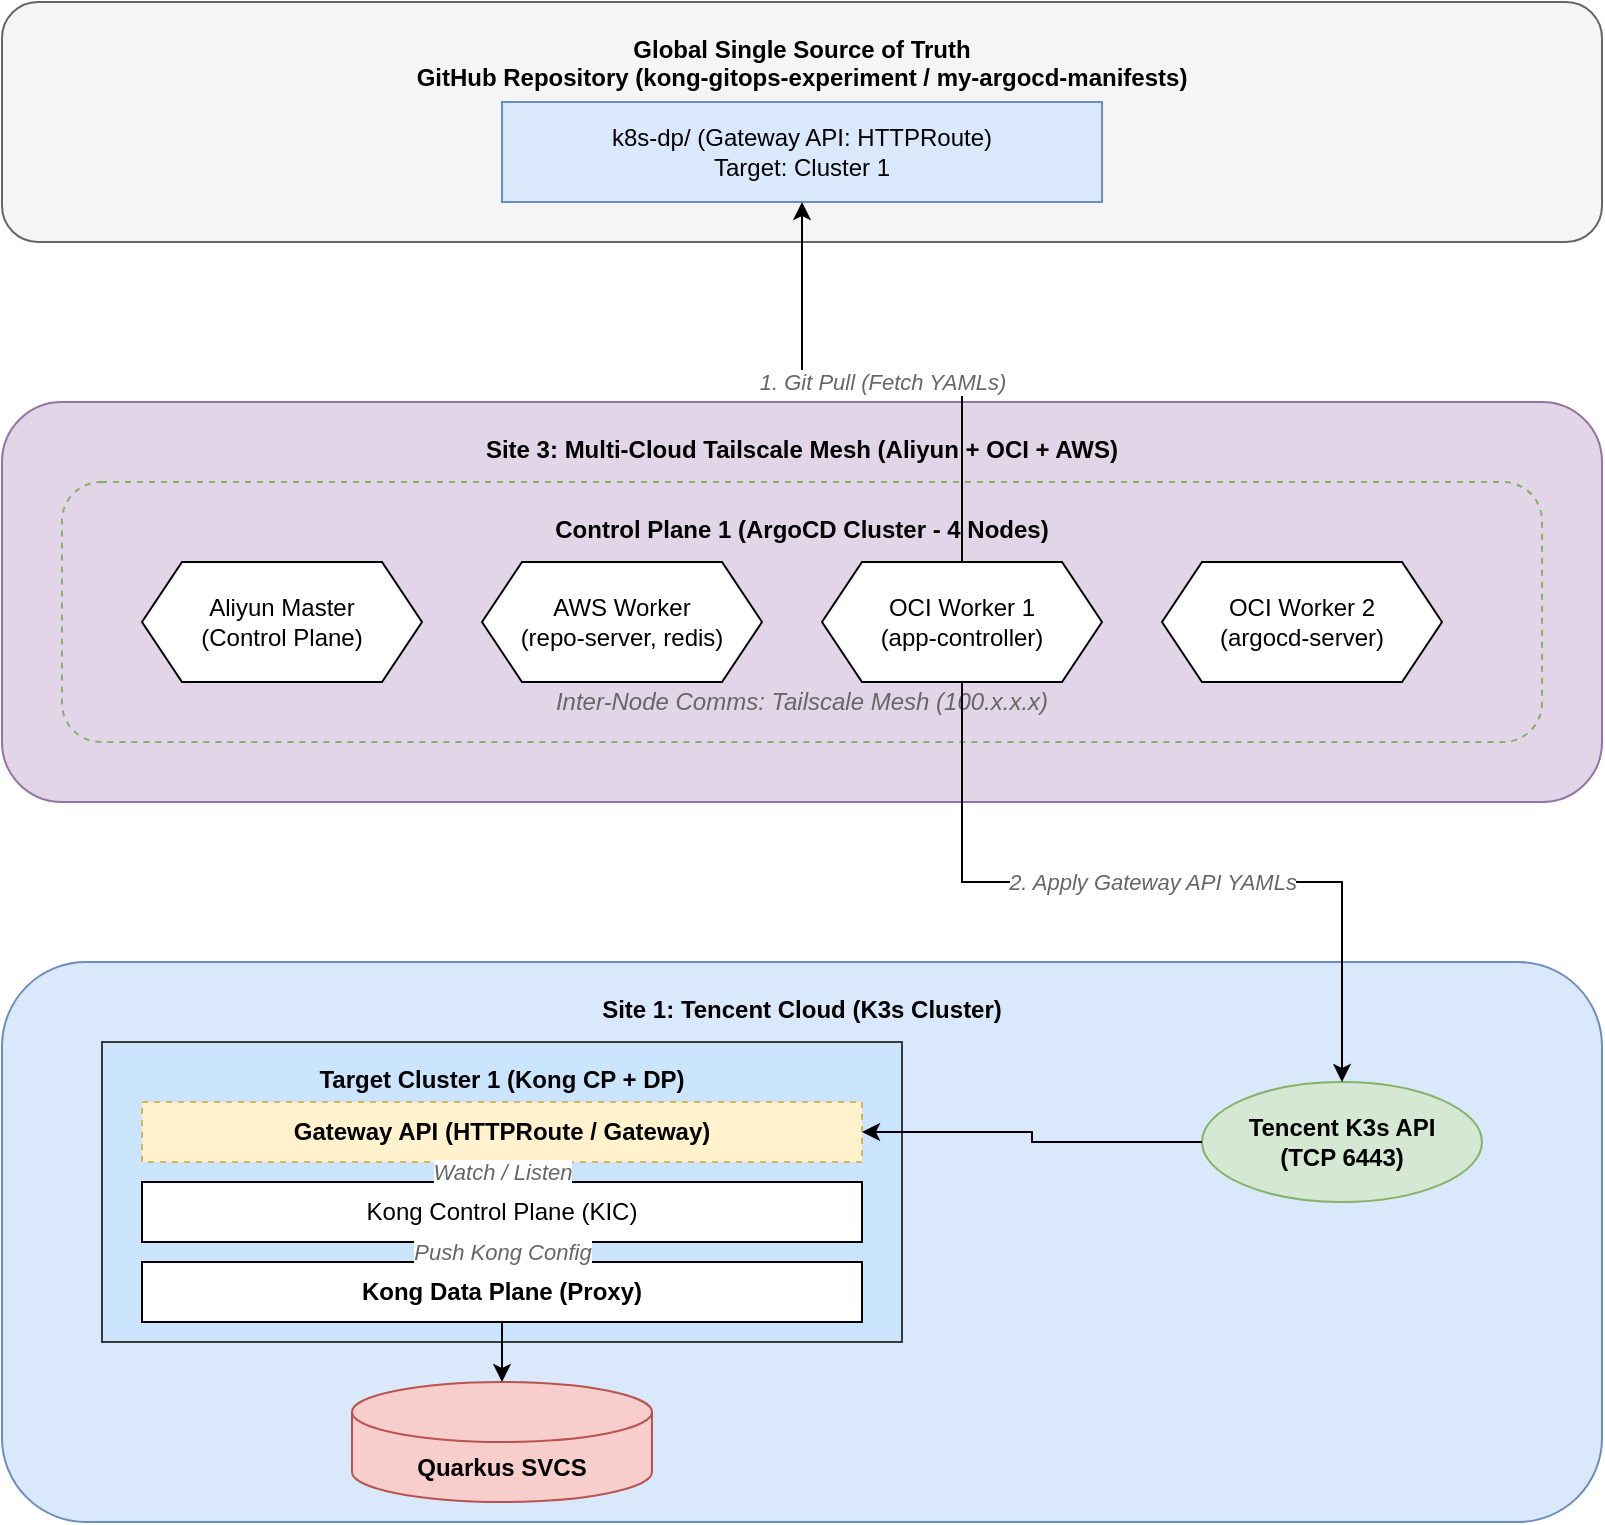
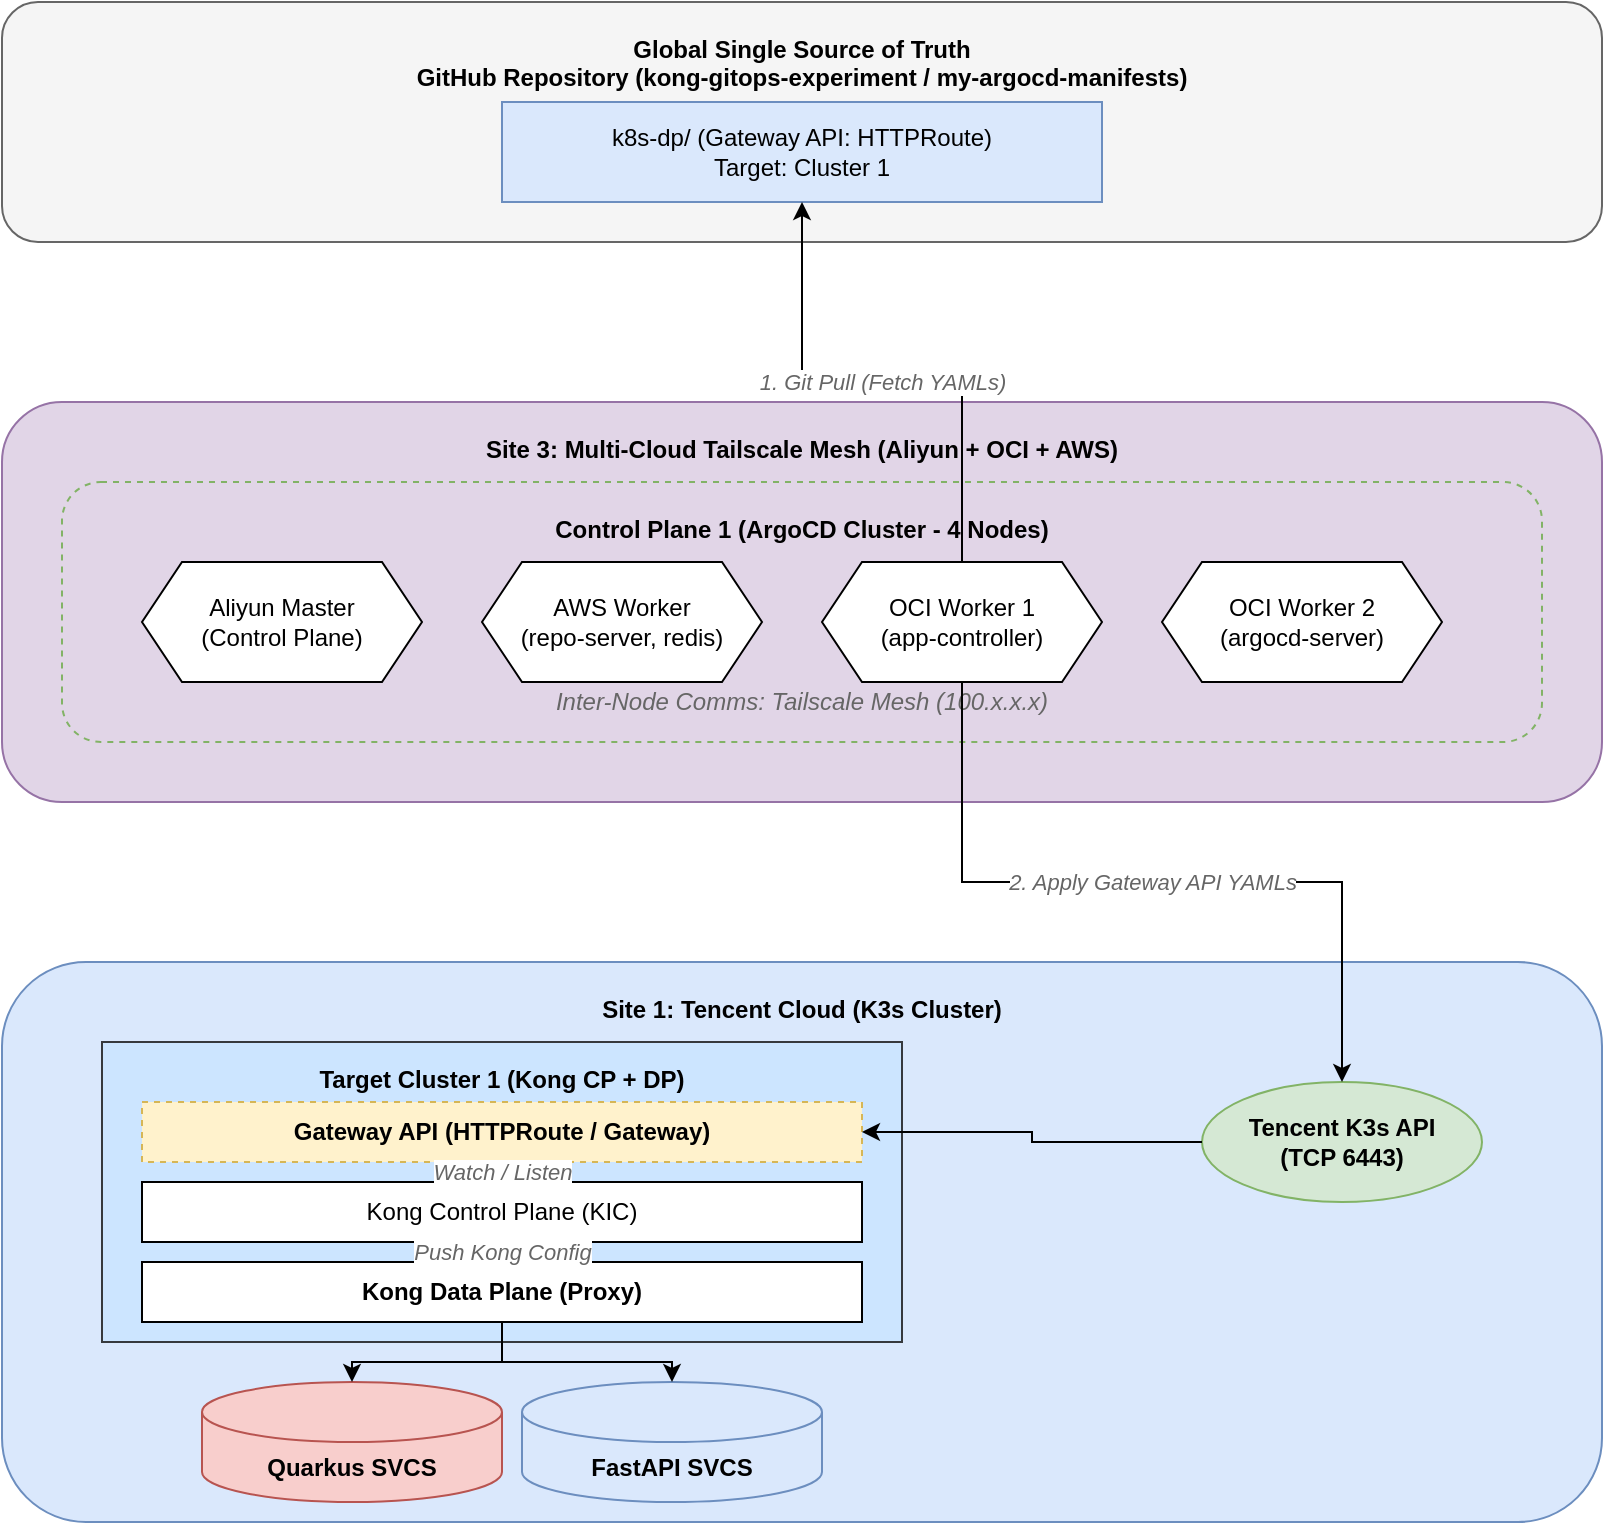
<mxfile host="Electron" modified="2023-10-27T10:00:00.000Z" agent="Mozilla/5.0" etag="12345" version="22.0.4" type="device">
  <diagram id="diag1" name="Multi-Cloud Architecture">
    <mxGraphModel dx="1400" dy="800" grid="1" gridSize="10" guides="1" tooltips="1" connect="1" arrows="1" fold="1" page="1" pageScale="1" pageWidth="1169" pageHeight="827" math="0" shadow="0">
      <root>
        <mxCell id="0" />
        <mxCell id="1" parent="0" />

-         <!-- GitHub Repo Box -->
-         <mxCell id="github_repo" value="Global Single Source of Truth&#xa;GitHub Repository (kong-gitops-experiment / my-argocd-manifests)" style="rounded=1;whiteSpace=wrap;html=1;fillColor=#f5f5f5;strokeColor=#666666;align=center;verticalAlign=top;spacingTop=10;fontStyle=1" vertex="1" parent="1">
+ 
+         <mxCell id="github_repo" value="Global Single Source of Truth&#10;GitHub Repository (kong-gitops-experiment / my-argocd-manifests)" style="rounded=1;whiteSpace=wrap;html=1;fillColor=#f5f5f5;strokeColor=#666666;align=center;verticalAlign=top;spacingTop=10;fontStyle=1" vertex="1" parent="1">
          <mxGeometry x="100" y="40" width="800" height="120" as="geometry" />
        </mxCell>

-         <!-- HTTPRoute YAML in Repo -->
-         <mxCell id="git_yaml" value="k8s-dp/ (Gateway API: HTTPRoute)&#xa;Target: Cluster 1" style="rounded=0;whiteSpace=wrap;html=1;fillColor=#dae8fc;strokeColor=#6c8ebf;" vertex="1" parent="github_repo">
+ 
+         <mxCell id="git_yaml" value="k8s-dp/ (Gateway API: HTTPRoute)&#10;Target: Cluster 1" style="rounded=0;whiteSpace=wrap;html=1;fillColor=#dae8fc;strokeColor=#6c8ebf;" vertex="1" parent="github_repo">
          <mxGeometry x="250" y="50" width="300" height="50" as="geometry" />
        </mxCell>

-         <!-- Site 3: Multi-Cloud Tailscale Mesh -->
+ 
        <mxCell id="site3" value="Site 3: Multi-Cloud Tailscale Mesh (Aliyun + OCI + AWS)" style="rounded=1;whiteSpace=wrap;html=1;fillColor=#e1d5e7;strokeColor=#9673a6;align=center;verticalAlign=top;spacingTop=10;fontStyle=1" vertex="1" parent="1">
          <mxGeometry x="100" y="240" width="800" height="200" as="geometry" />
        </mxCell>

-         <!-- ArgoCD Cluster Dashed Box -->
+ 
        <mxCell id="argocd_cluster" value="Control Plane 1 (ArgoCD Cluster - 4 Nodes)" style="rounded=1;whiteSpace=wrap;html=1;fillColor=none;strokeColor=#82b366;dashed=1;align=center;verticalAlign=top;spacingTop=10;fontStyle=1" vertex="1" parent="site3">
          <mxGeometry x="30" y="40" width="740" height="130" as="geometry" />
        </mxCell>

-         <mxCell id="aliyun_master" value="Aliyun Master&#xa;(Control Plane)" style="shape=hexagon;perimeter=hexagonPerimeter2;whiteSpace=wrap;html=1;fixedSize=1;fillColor=#ffffff;strokeColor=#000000;" vertex="1" parent="argocd_cluster">
+         <mxCell id="aliyun_master" value="Aliyun Master&#10;(Control Plane)" style="shape=hexagon;perimeter=hexagonPerimeter2;whiteSpace=wrap;html=1;fixedSize=1;fillColor=#ffffff;strokeColor=#000000;" vertex="1" parent="argocd_cluster">
          <mxGeometry x="40" y="40" width="140" height="60" as="geometry" />
        </mxCell>

-         <mxCell id="aws_worker" value="AWS Worker&#xa;(repo-server, redis)" style="shape=hexagon;perimeter=hexagonPerimeter2;whiteSpace=wrap;html=1;fixedSize=1;fillColor=#ffffff;strokeColor=#000000;" vertex="1" parent="argocd_cluster">
+         <mxCell id="aws_worker" value="AWS Worker&#10;(repo-server, redis)" style="shape=hexagon;perimeter=hexagonPerimeter2;whiteSpace=wrap;html=1;fixedSize=1;fillColor=#ffffff;strokeColor=#000000;" vertex="1" parent="argocd_cluster">
          <mxGeometry x="210" y="40" width="140" height="60" as="geometry" />
        </mxCell>

-         <mxCell id="oci_worker1" value="OCI Worker 1&#xa;(app-controller)" style="shape=hexagon;perimeter=hexagonPerimeter2;whiteSpace=wrap;html=1;fixedSize=1;fillColor=#ffffff;strokeColor=#000000;" vertex="1" parent="argocd_cluster">
+         <mxCell id="oci_worker1" value="OCI Worker 1&#10;(app-controller)" style="shape=hexagon;perimeter=hexagonPerimeter2;whiteSpace=wrap;html=1;fixedSize=1;fillColor=#ffffff;strokeColor=#000000;" vertex="1" parent="argocd_cluster">
          <mxGeometry x="380" y="40" width="140" height="60" as="geometry" />
        </mxCell>

-         <mxCell id="oci_worker2" value="OCI Worker 2&#xa;(argocd-server)" style="shape=hexagon;perimeter=hexagonPerimeter2;whiteSpace=wrap;html=1;fixedSize=1;fillColor=#ffffff;strokeColor=#000000;" vertex="1" parent="argocd_cluster">
+         <mxCell id="oci_worker2" value="OCI Worker 2&#10;(argocd-server)" style="shape=hexagon;perimeter=hexagonPerimeter2;whiteSpace=wrap;html=1;fixedSize=1;fillColor=#ffffff;strokeColor=#000000;" vertex="1" parent="argocd_cluster">
          <mxGeometry x="550" y="40" width="140" height="60" as="geometry" />
        </mxCell>

-         <!-- Inter-Node Comms -->
+ 
        <mxCell id="inter_node" value="Inter-Node Comms: Tailscale Mesh (100.x.x.x)" style="text;html=1;strokeColor=none;fillColor=none;align=center;verticalAlign=middle;whiteSpace=wrap;rounded=0;fontStyle=2;fontColor=#666666;" vertex="1" parent="argocd_cluster">
          <mxGeometry x="220" y="100" width="300" height="20" as="geometry" />
        </mxCell>

-         <!-- Site 1: Tencent Cloud -->
+ 
        <mxCell id="site1" value="Site 1: Tencent Cloud (K3s Cluster)" style="rounded=1;whiteSpace=wrap;html=1;fillColor=#dae8fc;strokeColor=#6c8ebf;align=center;verticalAlign=top;spacingTop=10;fontStyle=1" vertex="1" parent="1">
          <mxGeometry x="100" y="520" width="800" height="280" as="geometry" />
        </mxCell>

-         <!-- Target Cluster 1 -->
+ 
        <mxCell id="target_cluster" value="Target Cluster 1 (Kong CP + DP)" style="rounded=0;whiteSpace=wrap;html=1;fillColor=#cce5ff;strokeColor=#36393d;align=center;verticalAlign=top;spacingTop=5;fontStyle=1" vertex="1" parent="site1">
          <mxGeometry x="50" y="40" width="400" height="150" as="geometry" />
        </mxCell>

        <mxCell id="gateway_api" value="Gateway API (HTTPRoute / Gateway)" style="rounded=0;whiteSpace=wrap;html=1;fillColor=#fff2cc;strokeColor=#d6b656;dashed=1;fontStyle=1" vertex="1" parent="target_cluster">
          <mxGeometry x="20" y="30" width="360" height="30" as="geometry" />
        </mxCell>

        <mxCell id="kong_cp" value="Kong Control Plane (KIC)" style="rounded=0;whiteSpace=wrap;html=1;fillColor=#ffffff;strokeColor=#000000;" vertex="1" parent="target_cluster">
          <mxGeometry x="20" y="70" width="360" height="30" as="geometry" />
        </mxCell>

        <mxCell id="kong_dp" value="Kong Data Plane (Proxy)" style="rounded=0;whiteSpace=wrap;html=1;fillColor=#ffffff;strokeColor=#000000;fontStyle=1" vertex="1" parent="target_cluster">
          <mxGeometry x="20" y="110" width="360" height="30" as="geometry" />
        </mxCell>

        <mxCell id="quarkus_svc" value="Quarkus SVCS" style="shape=cylinder3;whiteSpace=wrap;html=1;boundedLbl=1;backgroundOutline=1;size=15;fillColor=#f8cecc;strokeColor=#b85450;fontStyle=1" vertex="1" parent="site1">
-           <mxGeometry x="175" y="210" width="150" height="60" as="geometry" />
+           <mxGeometry x="100" y="210" width="150" height="60" as="geometry" />
        </mxCell>

-         <mxCell id="tencent_api" value="Tencent K3s API&#xa;(TCP 6443)" style="ellipse;whiteSpace=wrap;html=1;fillColor=#d5e8d4;strokeColor=#82b366;fontStyle=1" vertex="1" parent="site1">
+         <mxCell id="tencent_api" value="Tencent K3s API&#10;(TCP 6443)" style="ellipse;whiteSpace=wrap;html=1;fillColor=#d5e8d4;strokeColor=#82b366;fontStyle=1" vertex="1" parent="site1">
          <mxGeometry x="600" y="60" width="140" height="60" as="geometry" />
        </mxCell>

-         <!-- Edges -->
+ 
        <mxCell id="edge1" value="1. Git Pull (Fetch YAMLs)" style="edgeStyle=orthogonalEdgeStyle;rounded=0;orthogonalLoop=1;jettySize=auto;html=1;entryX=0.5;entryY=1;entryDx=0;entryDy=0;exitX=0.5;exitY=0;exitDx=0;exitDy=0;fontColor=#666666;fontStyle=2" edge="1" parent="1" source="oci_worker1" target="git_yaml">
          <mxGeometry relative="1" as="geometry" />
        </mxCell>

        <mxCell id="edge2" value="2. Apply Gateway API YAMLs" style="edgeStyle=orthogonalEdgeStyle;rounded=0;orthogonalLoop=1;jettySize=auto;html=1;entryX=0.5;entryY=0;entryDx=0;entryDy=0;exitX=0.5;exitY=1;exitDx=0;exitDy=0;fontColor=#666666;fontStyle=2" edge="1" parent="1" source="oci_worker1" target="tencent_api">
          <mxGeometry relative="1" as="geometry" />
        </mxCell>

        <mxCell id="edge3" style="edgeStyle=orthogonalEdgeStyle;rounded=0;orthogonalLoop=1;jettySize=auto;html=1;entryX=1;entryY=0.5;entryDx=0;entryDy=0;exitX=0;exitY=0.5;exitDx=0;exitDy=0;" edge="1" parent="site1" source="tencent_api" target="gateway_api">
          <mxGeometry relative="1" as="geometry" />
        </mxCell>

        <mxCell id="edge4" value="Watch / Listen" style="edgeStyle=orthogonalEdgeStyle;rounded=0;orthogonalLoop=1;jettySize=auto;html=1;entryX=0.5;entryY=0;entryDx=0;entryDy=0;exitX=0.5;exitY=1;exitDx=0;exitDy=0;fontColor=#666666;fontStyle=2" edge="1" parent="target_cluster" source="gateway_api" target="kong_cp">
          <mxGeometry relative="1" as="geometry" />
        </mxCell>

        <mxCell id="edge5" value="Push Kong Config" style="edgeStyle=orthogonalEdgeStyle;rounded=0;orthogonalLoop=1;jettySize=auto;html=1;entryX=0.5;entryY=0;entryDx=0;entryDy=0;exitX=0.5;exitY=1;exitDx=0;exitDy=0;fontColor=#666666;fontStyle=2" edge="1" parent="target_cluster" source="kong_cp" target="kong_dp">
          <mxGeometry relative="1" as="geometry" />
        </mxCell>

        <mxCell id="edge6" style="edgeStyle=orthogonalEdgeStyle;rounded=0;orthogonalLoop=1;jettySize=auto;html=1;entryX=0.5;entryY=0;entryDx=0;entryDy=0;entryPerimeter=0;exitX=0.5;exitY=1;exitDx=0;exitDy=0;" edge="1" parent="site1" source="kong_dp" target="quarkus_svc">
          <mxGeometry relative="1" as="geometry" />
        </mxCell>
-       </root>
+       <mxCell id="fastapi_svc" value="FastAPI SVCS" style="shape=cylinder3;whiteSpace=wrap;html=1;boundedLbl=1;backgroundOutline=1;size=15;fillColor=#dae8fc;strokeColor=#6c8ebf;fontStyle=1" vertex="1" parent="site1"><mxGeometry x="260" y="210" width="150" height="60" as="geometry" /></mxCell><mxCell id="edge7" style="edgeStyle=orthogonalEdgeStyle;rounded=0;orthogonalLoop=1;jettySize=auto;html=1;entryX=0.5;entryY=0;entryDx=0;entryDy=0;entryPerimeter=0;exitX=0.5;exitY=1;exitDx=0;exitDy=0;" edge="1" parent="site1" source="kong_dp" target="fastapi_svc"><mxGeometry relative="1" as="geometry" /></mxCell></root>
    </mxGraphModel>
  </diagram>
- </mxfile>
+ </mxfile>